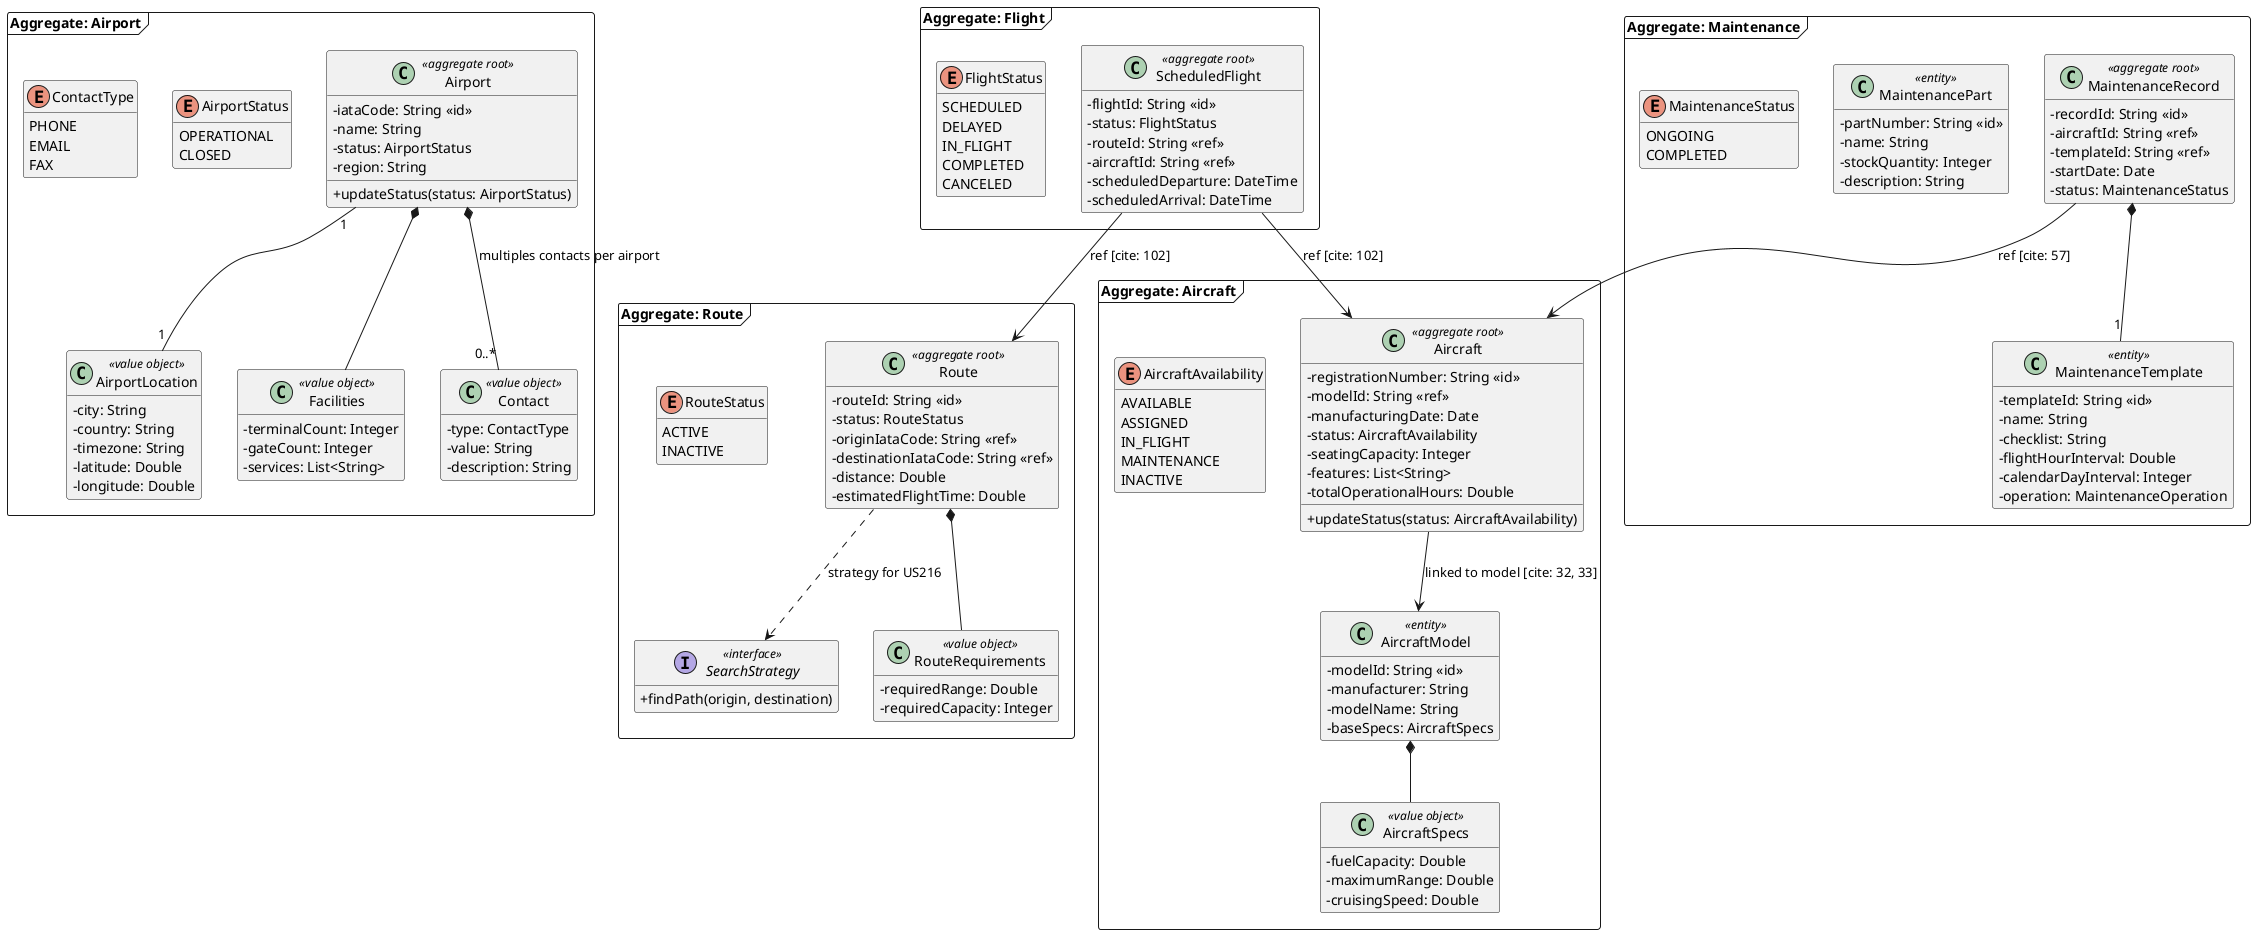
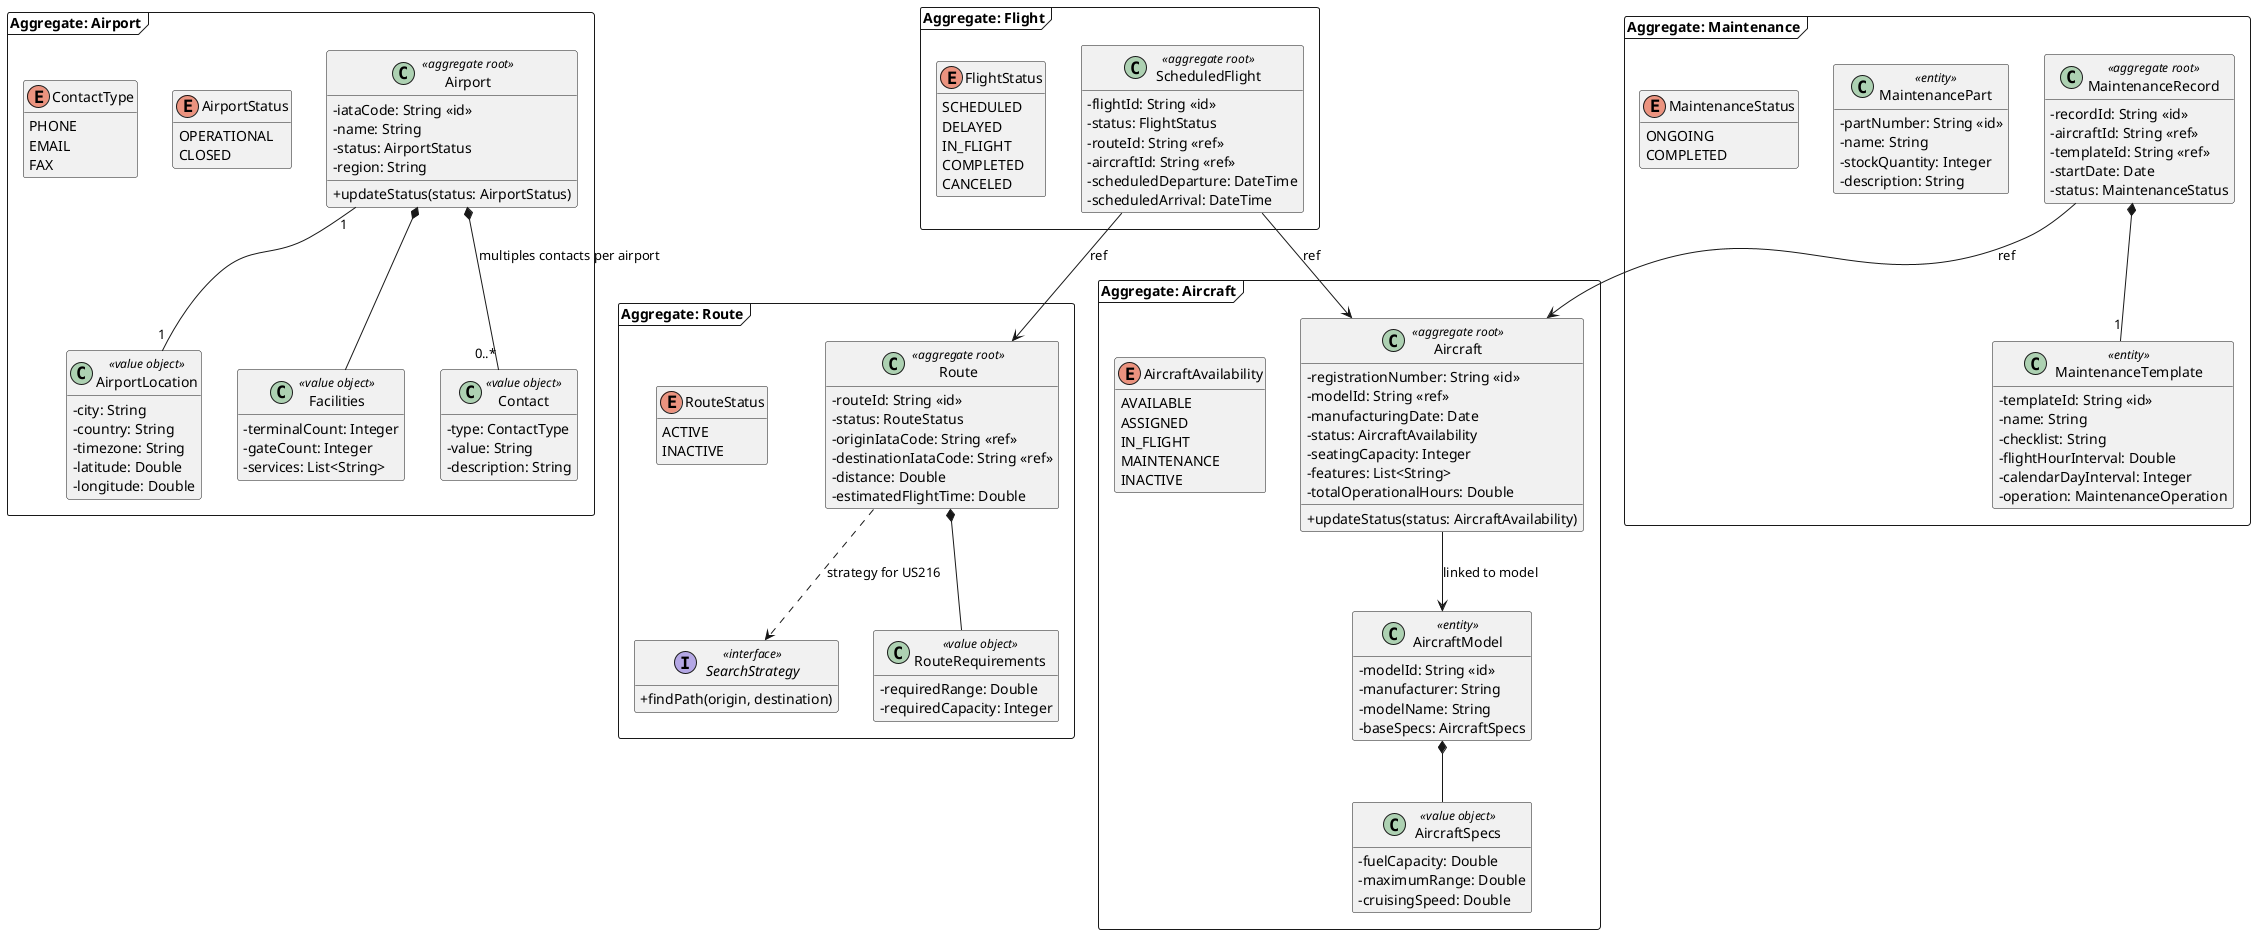
@startuml
skinparam classAttributeIconSize 0
hide empty members
skinparam packageStyle frame

' AIRPORT AGGREGATE
package "Aggregate: Airport" <<Frame>> {
    class Airport <<aggregate root>> {
        - iataCode: String <<id>>
        - name: String
        - status: AirportStatus
        - region: String
        + updateStatus(status: AirportStatus)
    }

    class AirportLocation <<value object>> {
        - city: String
        - country: String
        - timezone: String
        - latitude: Double
        - longitude: Double
    }

    class Facilities <<value object>> {
        - terminalCount: Integer
        - gateCount: Integer
        - services: List<String>
    }

    class Contact <<value object>> {
        - type: ContactType
        - value: String
        - description: String
    }

    enum AirportStatus {
        OPERATIONAL
        CLOSED
    }

    enum ContactType {
        PHONE
        EMAIL
        FAX
    }

    Airport "1"--"1" AirportLocation
    Airport *-- Facilities
    Airport *-- "0..*" Contact : "multiples contacts per airport"
}

' ROUTE AGGREGATE
package "Aggregate: Route" <<Frame>> {
    class Route <<aggregate root>> {
        - routeId: String <<id>>
        - status: RouteStatus
        - originIataCode: String <<ref>>
        - destinationIataCode: String <<ref>>
        - distance: Double
        - estimatedFlightTime: Double
    }

    interface SearchStrategy <<interface>> {
        + findPath(origin, destination)
    }

    class RouteRequirements <<value object>> {
        - requiredRange: Double
        - requiredCapacity: Integer
    }

    enum RouteStatus {
        ACTIVE
        INACTIVE
    }

    Route *-- RouteRequirements
    Route ..> SearchStrategy : "strategy for US216"
}

' AIRCRAFT AGGREGATE (CONSOLIDATED)
package "Aggregate: Aircraft" <<Frame>> {
    class Aircraft <<aggregate root>> {
        - registrationNumber: String <<id>>
        - modelId: String <<ref>>
        - manufacturingDate: Date
        - status: AircraftAvailability
        - seatingCapacity: Integer
        - features: List<String>
        - totalOperationalHours: Double
        + updateStatus(status: AircraftAvailability)
    }

    class AircraftModel <<entity>> {
        - modelId: String <<id>>
        - manufacturer: String
        - modelName: String
        - baseSpecs: AircraftSpecs
    }

    class AircraftSpecs <<value object>> {
        - fuelCapacity: Double
        - maximumRange: Double
        - cruisingSpeed: Double
    }

    enum AircraftAvailability {
        AVAILABLE
        ASSIGNED
        IN_FLIGHT
        MAINTENANCE
        INACTIVE
    }

-     Aircraft --> AircraftModel : "linked to model [cite: 32, 33]"
+     Aircraft --> AircraftModel : "linked to model"
    AircraftModel *-- AircraftSpecs
}

' FLIGHT AGGREGATE
package "Aggregate: Flight" <<Frame>> {
    class ScheduledFlight <<aggregate root>> {
        - flightId: String <<id>>
        - status: FlightStatus
        - routeId: String <<ref>>
        - aircraftId: String <<ref>>
        - scheduledDeparture: DateTime
        - scheduledArrival: DateTime
    }

    enum FlightStatus {
        SCHEDULED
        DELAYED
        IN_FLIGHT
        COMPLETED
        CANCELED
    }

-     ScheduledFlight --> Route : "ref [cite: 102]"
-     ScheduledFlight --> Aircraft : "ref [cite: 102]"
+     ScheduledFlight --> Route : "ref"
+     ScheduledFlight --> Aircraft : "ref"
}

' MAINTENANCE AGGREGATE
package "Aggregate: Maintenance" <<Frame>> {
    class MaintenanceRecord <<aggregate root>> {
        - recordId: String <<id>>
        - aircraftId: String <<ref>>
        - templateId: String <<ref>>
        - startDate: Date
        - status: MaintenanceStatus
    }

    class MaintenanceTemplate <<entity>> {
        - templateId: String <<id>>
        - name: String
        - checklist: String
        - flightHourInterval: Double
        - calendarDayInterval: Integer
        - operation: MaintenanceOperation
    }

    class MaintenancePart <<entity>> {
        - partNumber: String <<id>>
        - name: String
        - stockQuantity: Integer
        - description: String
    }

    enum MaintenanceStatus {
        ONGOING
        COMPLETED
    }

    MaintenanceRecord *-- "1" MaintenanceTemplate
-     MaintenanceRecord --> Aircraft : "ref [cite: 57]"
+     MaintenanceRecord --> Aircraft : "ref"
}

@enduml